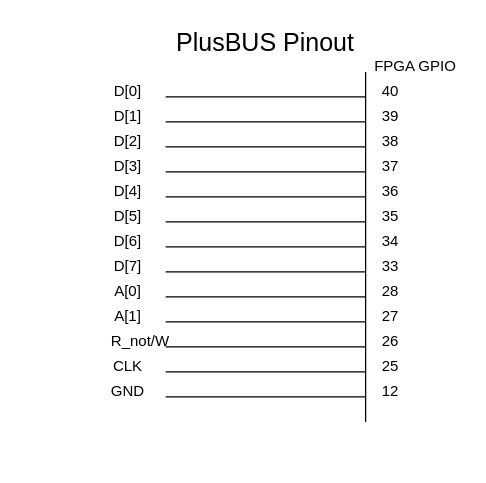
This is figures/prototype/plusbus/plus_bus_pinout.drawio from Niclasapdk/ESD3_project, a draw.io file, before an edit. Source tidied: cells renumbered, new cells numbered last; positions are measured from the earlier drawing's top-left corner, leaving out a move shared by most shapes. Both pictures are drawn from the tidied source at 125%, with x=0, y=0 at pixel (90, 21).
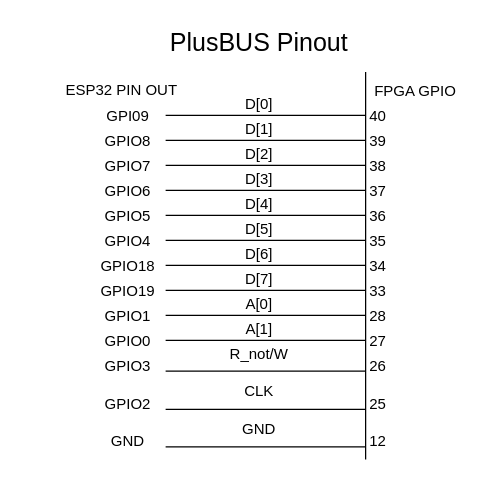
The same diagram, later.

Change to the diagram source:
```diff
@@
     <mxCell id="2" style="endArrow=none;rounded=0;" parent="1" edge="1">
       <mxGeometry relative="1" as="geometry">
-        <mxPoint x="220" y="320" as="sourcePoint" />
+        <mxPoint x="220" y="350" as="sourcePoint" />
         <mxPoint x="220" y="40" as="targetPoint" />
       </mxGeometry>
     </mxCell>
     <mxCell id="3" style="endArrow=none;rounded=0;" parent="1" edge="1">
       <mxGeometry relative="1" as="geometry">
-        <mxPoint x="60" y="280" as="sourcePoint" />
-        <mxPoint x="220" y="280" as="targetPoint" />
+        <mxPoint x="60" y="310" as="sourcePoint" />
+        <mxPoint x="220" y="310" as="targetPoint" />
       </mxGeometry>
     </mxCell>
     <mxCell id="4" style="endArrow=none;rounded=0;" parent="1" edge="1">
       <mxGeometry relative="1" as="geometry">
-        <mxPoint x="60" y="220" as="sourcePoint" />
-        <mxPoint x="220" y="220" as="targetPoint" />
+        <mxPoint x="60" y="234.7" as="sourcePoint" />
+        <mxPoint x="220" y="234.7" as="targetPoint" />
       </mxGeometry>
     </mxCell>
     <mxCell id="5" style="endArrow=none;rounded=0;" parent="1" edge="1">
       <mxGeometry relative="1" as="geometry">
-        <mxPoint x="60" y="240" as="sourcePoint" />
-        <mxPoint x="220" y="240" as="targetPoint" />
+        <mxPoint x="60" y="254.7" as="sourcePoint" />
+        <mxPoint x="220" y="254.7" as="targetPoint" />
       </mxGeometry>
     </mxCell>
     <mxCell id="6" style="endArrow=none;rounded=0;" parent="1" edge="1">
       <mxGeometry relative="1" as="geometry">
-        <mxPoint x="60" y="260" as="sourcePoint" />
-        <mxPoint x="220" y="260" as="targetPoint" />
+        <mxPoint x="60" y="279.3" as="sourcePoint" />
+        <mxPoint x="220" y="279.3" as="targetPoint" />
       </mxGeometry>
     </mxCell>
     <mxCell id="7" style="endArrow=none;rounded=0;" parent="1" edge="1">
       <mxGeometry relative="1" as="geometry">
-        <mxPoint x="60" y="200" as="sourcePoint" />
-        <mxPoint x="220" y="200" as="targetPoint" />
+        <mxPoint x="60" y="214.7" as="sourcePoint" />
+        <mxPoint x="220" y="214.7" as="targetPoint" />
       </mxGeometry>
     </mxCell>
     <mxCell id="8" style="endArrow=none;rounded=0;" parent="1" edge="1">
       <mxGeometry relative="1" as="geometry">
-        <mxPoint x="60" y="180" as="sourcePoint" />
-        <mxPoint x="220" y="180" as="targetPoint" />
+        <mxPoint x="60" y="194.7" as="sourcePoint" />
+        <mxPoint x="220" y="194.7" as="targetPoint" />
       </mxGeometry>
     </mxCell>
     <mxCell id="9" style="endArrow=none;rounded=0;" parent="1" edge="1">
       <mxGeometry relative="1" as="geometry">
-        <mxPoint x="60" y="160" as="sourcePoint" />
-        <mxPoint x="220" y="160" as="targetPoint" />
+        <mxPoint x="60" y="174.7" as="sourcePoint" />
+        <mxPoint x="220" y="174.7" as="targetPoint" />
       </mxGeometry>
     </mxCell>
     <mxCell id="10" style="endArrow=none;rounded=0;" parent="1" edge="1">
       <mxGeometry relative="1" as="geometry">
-        <mxPoint x="60" y="140" as="sourcePoint" />
-        <mxPoint x="220" y="140" as="targetPoint" />
+        <mxPoint x="60" y="154.7" as="sourcePoint" />
+        <mxPoint x="220" y="154.7" as="targetPoint" />
       </mxGeometry>
     </mxCell>
     <mxCell id="11" style="endArrow=none;rounded=0;" parent="1" edge="1">
       <mxGeometry relative="1" as="geometry">
-        <mxPoint x="60" y="120" as="sourcePoint" />
-        <mxPoint x="220" y="120" as="targetPoint" />
+        <mxPoint x="60" y="134.7" as="sourcePoint" />
+        <mxPoint x="220" y="134.7" as="targetPoint" />
       </mxGeometry>
     </mxCell>
     <mxCell id="12" style="endArrow=none;rounded=0;" parent="1" edge="1">
       <mxGeometry relative="1" as="geometry">
-        <mxPoint x="60" y="60" as="sourcePoint" />
-        <mxPoint x="220" y="60" as="targetPoint" />
+        <mxPoint x="60" y="74.7" as="sourcePoint" />
+        <mxPoint x="220" y="74.7" as="targetPoint" />
       </mxGeometry>
     </mxCell>
     <mxCell id="13" style="endArrow=none;rounded=0;" parent="1" edge="1">
       <mxGeometry relative="1" as="geometry">
-        <mxPoint x="60" y="80" as="sourcePoint" />
-        <mxPoint x="220" y="80" as="targetPoint" />
+        <mxPoint x="60" y="94.7" as="sourcePoint" />
+        <mxPoint x="220" y="94.7" as="targetPoint" />
       </mxGeometry>
     </mxCell>
     <mxCell id="14" style="endArrow=none;rounded=0;" parent="1" edge="1">
       <mxGeometry relative="1" as="geometry">
-        <mxPoint x="60" y="100" as="sourcePoint" />
-        <mxPoint x="220" y="100" as="targetPoint" />
+        <mxPoint x="60" y="114.7" as="sourcePoint" />
+        <mxPoint x="220" y="114.7" as="targetPoint" />
       </mxGeometry>
     </mxCell>
     <mxCell id="15" style="endArrow=none;rounded=0;" parent="1" edge="1">
       <mxGeometry relative="1" as="geometry">
-        <mxPoint x="60" y="300" as="sourcePoint" />
-        <mxPoint x="220" y="300" as="targetPoint" />
+        <mxPoint x="60" y="340" as="sourcePoint" />
+        <mxPoint x="220" y="340" as="targetPoint" />
       </mxGeometry>
     </mxCell>
     <mxCell id="16" value="PlusBUS Pinout" style="text;strokeColor=none;fillColor=none;align=center;verticalAlign=middle;rounded=0;fontSize=20;" parent="1" vertex="1">
-      <mxGeometry x="100" width="80" height="30" as="geometry" />
+      <mxGeometry x="95" width="80" height="30" as="geometry" />
     </mxCell>
     <mxCell id="17" value="D[0]" style="text;strokeColor=none;fillColor=none;align=center;verticalAlign=middle;rounded=0;" parent="1" vertex="1">
-      <mxGeometry y="40" width="60" height="30" as="geometry" />
+      <mxGeometry x="105" y="50" width="60" height="30" as="geometry" />
     </mxCell>
     <mxCell id="18" value="D[1]" style="text;strokeColor=none;fillColor=none;align=center;verticalAlign=middle;rounded=0;" parent="1" vertex="1">
-      <mxGeometry y="60" width="60" height="30" as="geometry" />
+      <mxGeometry x="105" y="70" width="60" height="30" as="geometry" />
     </mxCell>
     <mxCell id="19" value="D[2]" style="text;strokeColor=none;fillColor=none;align=center;verticalAlign=middle;rounded=0;" parent="1" vertex="1">
-      <mxGeometry y="80" width="60" height="30" as="geometry" />
+      <mxGeometry x="105" y="90" width="60" height="30" as="geometry" />
     </mxCell>
     <mxCell id="20" value="D[3]" style="text;strokeColor=none;fillColor=none;align=center;verticalAlign=middle;rounded=0;" parent="1" vertex="1">
-      <mxGeometry y="100" width="60" height="30" as="geometry" />
+      <mxGeometry x="105" y="110" width="60" height="30" as="geometry" />
     </mxCell>
     <mxCell id="21" value="D[4]" style="text;strokeColor=none;fillColor=none;align=center;verticalAlign=middle;rounded=0;" parent="1" vertex="1">
-      <mxGeometry y="120" width="60" height="30" as="geometry" />
+      <mxGeometry x="105" y="130" width="60" height="30" as="geometry" />
     </mxCell>
     <mxCell id="22" value="D[5]" style="text;strokeColor=none;fillColor=none;align=center;verticalAlign=middle;rounded=0;" parent="1" vertex="1">
-      <mxGeometry y="140" width="60" height="30" as="geometry" />
+      <mxGeometry x="105" y="150" width="60" height="30" as="geometry" />
     </mxCell>
     <mxCell id="23" value="D[7]" style="text;strokeColor=none;fillColor=none;align=center;verticalAlign=middle;rounded=0;" parent="1" vertex="1">
-      <mxGeometry y="180" width="60" height="30" as="geometry" />
+      <mxGeometry x="105" y="190" width="60" height="30" as="geometry" />
     </mxCell>
     <mxCell id="24" value="D[6]" style="text;strokeColor=none;fillColor=none;align=center;verticalAlign=middle;rounded=0;" parent="1" vertex="1">
-      <mxGeometry y="160" width="60" height="30" as="geometry" />
+      <mxGeometry x="105" y="170" width="60" height="30" as="geometry" />
     </mxCell>
     <mxCell id="25" value="A[0]" style="text;strokeColor=none;fillColor=none;align=center;verticalAlign=middle;rounded=0;" parent="1" vertex="1">
-      <mxGeometry y="200" width="60" height="30" as="geometry" />
+      <mxGeometry x="105" y="210" width="60" height="30" as="geometry" />
     </mxCell>
     <mxCell id="26" value="A[1]" style="text;strokeColor=none;fillColor=none;align=center;verticalAlign=middle;rounded=0;" parent="1" vertex="1">
-      <mxGeometry y="220" width="60" height="30" as="geometry" />
+      <mxGeometry x="105" y="230" width="60" height="30" as="geometry" />
     </mxCell>
     <mxCell id="27" value="R_not/W" style="text;strokeColor=none;fillColor=none;align=center;verticalAlign=middle;rounded=0;" parent="1" vertex="1">
-      <mxGeometry x="10" y="240" width="60" height="30" as="geometry" />
+      <mxGeometry x="105" y="250" width="60" height="30" as="geometry" />
     </mxCell>
-    <mxCell id="28" value="GND" style="text;strokeColor=none;fillColor=none;align=center;verticalAlign=middle;rounded=0;" parent="1" vertex="1">
-      <mxGeometry y="280" width="60" height="30" as="geometry" />
-    </mxCell>
-    <mxCell id="29" value="CLK" style="text;strokeColor=none;fillColor=none;align=center;verticalAlign=middle;rounded=0;" parent="1" vertex="1">
-      <mxGeometry y="260" width="60" height="30" as="geometry" />
-    </mxCell>
     <mxCell id="30" value="39" style="text;strokeColor=none;fillColor=none;align=center;verticalAlign=middle;rounded=0;" parent="1" vertex="1">
-      <mxGeometry x="210" y="60" width="60" height="30" as="geometry" />
+      <mxGeometry x="200" y="80" width="60" height="30" as="geometry" />
     </mxCell>
     <mxCell id="31" value="38" style="text;strokeColor=none;fillColor=none;align=center;verticalAlign=middle;rounded=0;" parent="1" vertex="1">
-      <mxGeometry x="210" y="80" width="60" height="30" as="geometry" />
+      <mxGeometry x="200" y="100" width="60" height="30" as="geometry" />
     </mxCell>
     <mxCell id="32" value="37" style="text;strokeColor=none;fillColor=none;align=center;verticalAlign=middle;rounded=0;" parent="1" vertex="1">
-      <mxGeometry x="210" y="100" width="60" height="30" as="geometry" />
+      <mxGeometry x="200" y="120" width="60" height="30" as="geometry" />
     </mxCell>
     <mxCell id="33" value="36" style="text;strokeColor=none;fillColor=none;align=center;verticalAlign=middle;rounded=0;" parent="1" vertex="1">
-      <mxGeometry x="210" y="120" width="60" height="30" as="geometry" />
+      <mxGeometry x="200" y="140" width="60" height="30" as="geometry" />
     </mxCell>
     <mxCell id="34" value="35" style="text;strokeColor=none;fillColor=none;align=center;verticalAlign=middle;rounded=0;" parent="1" vertex="1">
-      <mxGeometry x="210" y="140" width="60" height="30" as="geometry" />
+      <mxGeometry x="200" y="160" width="60" height="30" as="geometry" />
     </mxCell>
     <mxCell id="35" value="33" style="text;strokeColor=none;fillColor=none;align=center;verticalAlign=middle;rounded=0;" parent="1" vertex="1">
-      <mxGeometry x="210" y="180" width="60" height="30" as="geometry" />
+      <mxGeometry x="200" y="200" width="60" height="30" as="geometry" />
     </mxCell>
     <mxCell id="36" value="34" style="text;strokeColor=none;fillColor=none;align=center;verticalAlign=middle;rounded=0;" parent="1" vertex="1">
-      <mxGeometry x="210" y="160" width="60" height="30" as="geometry" />
+      <mxGeometry x="200" y="180" width="60" height="30" as="geometry" />
     </mxCell>
     <mxCell id="37" value="28" style="text;strokeColor=none;fillColor=none;align=center;verticalAlign=middle;rounded=0;" parent="1" vertex="1">
-      <mxGeometry x="210" y="200" width="60" height="30" as="geometry" />
+      <mxGeometry x="200" y="220" width="60" height="30" as="geometry" />
     </mxCell>
     <mxCell id="38" value="27" style="text;strokeColor=none;fillColor=none;align=center;verticalAlign=middle;rounded=0;" parent="1" vertex="1">
-      <mxGeometry x="210" y="220" width="60" height="30" as="geometry" />
+      <mxGeometry x="200" y="240" width="60" height="30" as="geometry" />
     </mxCell>
     <mxCell id="39" value="26" style="text;strokeColor=none;fillColor=none;align=center;verticalAlign=middle;rounded=0;" parent="1" vertex="1">
-      <mxGeometry x="210" y="240" width="60" height="30" as="geometry" />
+      <mxGeometry x="200" y="260" width="60" height="30" as="geometry" />
     </mxCell>
     <mxCell id="40" value="12" style="text;strokeColor=none;fillColor=none;align=center;verticalAlign=middle;rounded=0;" parent="1" vertex="1">
-      <mxGeometry x="210" y="280" width="60" height="30" as="geometry" />
+      <mxGeometry x="200" y="320" width="60" height="30" as="geometry" />
     </mxCell>
     <mxCell id="41" value="25" style="text;strokeColor=none;fillColor=none;align=center;verticalAlign=middle;rounded=0;" parent="1" vertex="1">
-      <mxGeometry x="210" y="260" width="60" height="30" as="geometry" />
+      <mxGeometry x="200" y="290" width="60" height="30" as="geometry" />
     </mxCell>
     <mxCell id="42" value="40" style="text;strokeColor=none;fillColor=none;align=center;verticalAlign=middle;rounded=0;" parent="1" vertex="1">
-      <mxGeometry x="210" y="40" width="60" height="30" as="geometry" />
+      <mxGeometry x="200" y="60" width="60" height="30" as="geometry" />
     </mxCell>
     <mxCell id="43" value="FPGA GPIO" style="text;strokeColor=none;fillColor=none;align=center;verticalAlign=middle;rounded=0;" parent="1" vertex="1">
-      <mxGeometry x="220" y="20" width="80" height="30" as="geometry" />
+      <mxGeometry x="220" y="40" width="80" height="30" as="geometry" />
     </mxCell>
+    <mxCell id="44" value="GPIO8" style="text;strokeColor=none;fillColor=none;align=center;verticalAlign=middle;rounded=0;" parent="1" vertex="1">
+      <mxGeometry y="80" width="60" height="30" as="geometry" />
+    </mxCell>
+    <mxCell id="45" value="GPIO7" style="text;strokeColor=none;fillColor=none;align=center;verticalAlign=middle;rounded=0;" parent="1" vertex="1">
+      <mxGeometry y="100" width="60" height="30" as="geometry" />
+    </mxCell>
+    <mxCell id="46" value="GPIO6" style="text;strokeColor=none;fillColor=none;align=center;verticalAlign=middle;rounded=0;" parent="1" vertex="1">
+      <mxGeometry y="120" width="60" height="30" as="geometry" />
+    </mxCell>
+    <mxCell id="47" value="GPIO5" style="text;strokeColor=none;fillColor=none;align=center;verticalAlign=middle;rounded=0;" parent="1" vertex="1">
+      <mxGeometry y="140" width="60" height="30" as="geometry" />
+    </mxCell>
+    <mxCell id="48" value="GPIO4" style="text;strokeColor=none;fillColor=none;align=center;verticalAlign=middle;rounded=0;" parent="1" vertex="1">
+      <mxGeometry y="160" width="60" height="30" as="geometry" />
+    </mxCell>
+    <mxCell id="49" value="GPIO19" style="text;strokeColor=none;fillColor=none;align=center;verticalAlign=middle;rounded=0;" parent="1" vertex="1">
+      <mxGeometry y="200" width="60" height="30" as="geometry" />
+    </mxCell>
+    <mxCell id="50" value="GPIO18" style="text;strokeColor=none;fillColor=none;align=center;verticalAlign=middle;rounded=0;" parent="1" vertex="1">
+      <mxGeometry y="180" width="60" height="30" as="geometry" />
+    </mxCell>
+    <mxCell id="51" value="GPIO1" style="text;strokeColor=none;fillColor=none;align=center;verticalAlign=middle;rounded=0;" parent="1" vertex="1">
+      <mxGeometry y="220" width="60" height="30" as="geometry" />
+    </mxCell>
+    <mxCell id="52" value="GPIO0" style="text;strokeColor=none;fillColor=none;align=center;verticalAlign=middle;rounded=0;" parent="1" vertex="1">
+      <mxGeometry y="240" width="60" height="30" as="geometry" />
+    </mxCell>
+    <mxCell id="53" value="GPIO3" style="text;strokeColor=none;fillColor=none;align=center;verticalAlign=middle;rounded=0;" parent="1" vertex="1">
+      <mxGeometry y="260" width="60" height="30" as="geometry" />
+    </mxCell>
+    <mxCell id="54" value="GND" style="text;strokeColor=none;fillColor=none;align=center;verticalAlign=middle;rounded=0;" parent="1" vertex="1">
+      <mxGeometry y="320" width="60" height="30" as="geometry" />
+    </mxCell>
+    <mxCell id="55" value="GPIO2" style="text;strokeColor=none;fillColor=none;align=center;verticalAlign=middle;rounded=0;" parent="1" vertex="1">
+      <mxGeometry y="290" width="60" height="30" as="geometry" />
+    </mxCell>
+    <mxCell id="56" value="GPI09" style="text;strokeColor=none;fillColor=none;align=center;verticalAlign=middle;rounded=0;" parent="1" vertex="1">
+      <mxGeometry y="60" width="60" height="30" as="geometry" />
+    </mxCell>
+    <mxCell id="57" value="&lt;div&gt;ESP32 PIN OUT&lt;/div&gt;" style="text;html=1;strokeColor=none;fillColor=none;align=center;verticalAlign=middle;whiteSpace=wrap;rounded=0;" parent="1" vertex="1">
+      <mxGeometry x="-55" y="40" width="160" height="30" as="geometry" />
+    </mxCell>
+    <mxCell id="29" value="CLK" style="text;strokeColor=none;fillColor=none;align=center;verticalAlign=middle;rounded=0;" parent="1" vertex="1">
+      <mxGeometry x="105" y="280" width="60" height="30" as="geometry" />
+    </mxCell>
+    <mxCell id="58" value="GND" style="text;strokeColor=none;fillColor=none;align=center;verticalAlign=middle;rounded=0;" parent="1" vertex="1">
+      <mxGeometry x="105" y="310" width="60" height="30" as="geometry" />
+    </mxCell>
```
